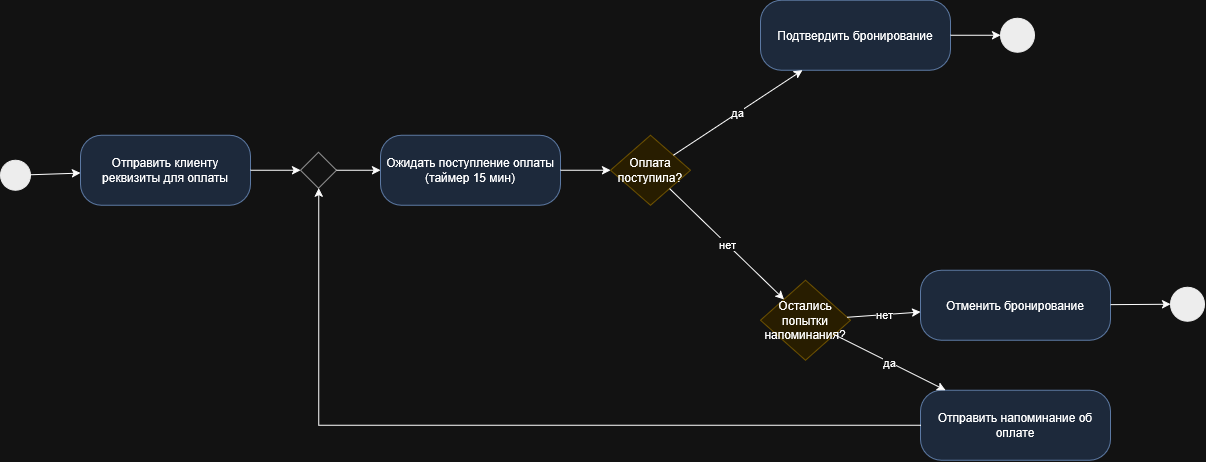
Earlier version of the draw.io export lab1/diagrams/activity.drawio.png (sanflury/visual-programming-labs-Kotok). Source tidied: cells renumbered, new cells last; positions are measured from the earlier drawing's top-left corner, leaving out a move shared by most shapes. The source it was exported from:
```xml
<mxGraphModel>
  <root>
    <mxCell id="0" />
    <mxCell id="1" parent="0" />
    <mxCell id="2" style="ellipse;whiteSpace=wrap;html=1;fillColor=#000000;strokeColor=#000000;" parent="1" vertex="1">
      <mxGeometry y="160" width="30" height="30" as="geometry" />
    </mxCell>
    <mxCell id="3" value="Отправить клиенту реквизиты для оплаты" style="rounded=1;whiteSpace=wrap;html=1;fillColor=#dae8fc;strokeColor=#6c8ebf;arcSize=30;" parent="1" vertex="1">
      <mxGeometry x="80" y="135" width="170" height="70" as="geometry" />
    </mxCell>
    <mxCell id="4" style="rhombus;whiteSpace=wrap;html=1;fillColor=#ffffff;strokeColor=#666666;" parent="1" vertex="1">
      <mxGeometry x="300" y="152" width="36" height="36" as="geometry" />
    </mxCell>
    <mxCell id="5" value="Ожидать поступление оплаты (таймер 15 мин)" style="rounded=1;whiteSpace=wrap;html=1;fillColor=#dae8fc;strokeColor=#6c8ebf;arcSize=30;" parent="1" vertex="1">
      <mxGeometry x="380" y="135" width="180" height="70" as="geometry" />
    </mxCell>
    <mxCell id="6" value="Оплата поступила?" style="rhombus;whiteSpace=wrap;html=1;fillColor=#fff2cc;strokeColor=#d6b656;" parent="1" vertex="1">
      <mxGeometry x="610" y="135" width="80" height="70" as="geometry" />
    </mxCell>
    <mxCell id="7" value="Подтвердить бронирование" style="rounded=1;whiteSpace=wrap;html=1;fillColor=#dae8fc;strokeColor=#6c8ebf;arcSize=30;" parent="1" vertex="1">
      <mxGeometry x="760" width="190" height="70" as="geometry" />
    </mxCell>
    <mxCell id="8" style="ellipse;whiteSpace=wrap;html=1;fillColor=#000000;strokeColor=#000000;" parent="1" vertex="1">
      <mxGeometry x="1000" y="18" width="34" height="34" as="geometry" />
    </mxCell>
    <mxCell id="9" value="Остались попытки напоминания?" style="rhombus;whiteSpace=wrap;html=1;fillColor=#fff2cc;strokeColor=#d6b656;" parent="1" vertex="1">
      <mxGeometry x="760" y="280" width="90" height="80" as="geometry" />
    </mxCell>
    <mxCell id="10" value="Отправить напоминание об оплате" style="rounded=1;whiteSpace=wrap;html=1;fillColor=#dae8fc;strokeColor=#6c8ebf;arcSize=30;" parent="1" vertex="1">
      <mxGeometry x="920" y="390" width="190" height="70" as="geometry" />
    </mxCell>
    <mxCell id="11" value="Отменить бронирование" style="rounded=1;whiteSpace=wrap;html=1;fillColor=#dae8fc;strokeColor=#6c8ebf;arcSize=30;" parent="1" vertex="1">
      <mxGeometry x="920" y="270" width="190" height="70" as="geometry" />
    </mxCell>
    <mxCell id="12" style="ellipse;whiteSpace=wrap;html=1;fillColor=#000000;strokeColor=#000000;" parent="1" vertex="1">
      <mxGeometry x="1170" y="287" width="34" height="34" as="geometry" />
    </mxCell>
    <mxCell id="13" style="html=1;" parent="1" edge="1" source="2" target="3">
      <mxGeometry relative="1" as="geometry" />
    </mxCell>
    <mxCell id="14" style="html=1;" parent="1" edge="1" source="3" target="4">
      <mxGeometry relative="1" as="geometry" />
    </mxCell>
    <mxCell id="15" style="html=1;" parent="1" edge="1" source="4" target="5">
      <mxGeometry relative="1" as="geometry" />
    </mxCell>
    <mxCell id="16" style="html=1;" parent="1" edge="1" source="5" target="6">
      <mxGeometry relative="1" as="geometry" />
    </mxCell>
    <mxCell id="17" value="да" style="html=1;" parent="1" edge="1" source="6" target="7">
      <mxGeometry relative="1" as="geometry" />
    </mxCell>
    <mxCell id="18" style="html=1;" parent="1" edge="1" source="7" target="8">
      <mxGeometry relative="1" as="geometry" />
    </mxCell>
    <mxCell id="19" value="нет" style="html=1;" parent="1" edge="1" source="6" target="9">
      <mxGeometry relative="1" as="geometry" />
    </mxCell>
    <mxCell id="20" value="нет" style="html=1;" parent="1" edge="1" source="9" target="11">
      <mxGeometry relative="1" as="geometry" />
    </mxCell>
    <mxCell id="21" style="html=1;" parent="1" edge="1" source="11" target="12">
      <mxGeometry relative="1" as="geometry" />
    </mxCell>
    <mxCell id="22" value="да" style="html=1;" parent="1" edge="1" source="9" target="10">
      <mxGeometry relative="1" as="geometry" />
    </mxCell>
    <mxCell id="23" style="edgeStyle=orthogonalEdgeStyle;rounded=0;html=1;" parent="1" edge="1" source="10" target="4">
      <mxGeometry relative="1" as="geometry" />
    </mxCell>
  </root>
</mxGraphModel>
```
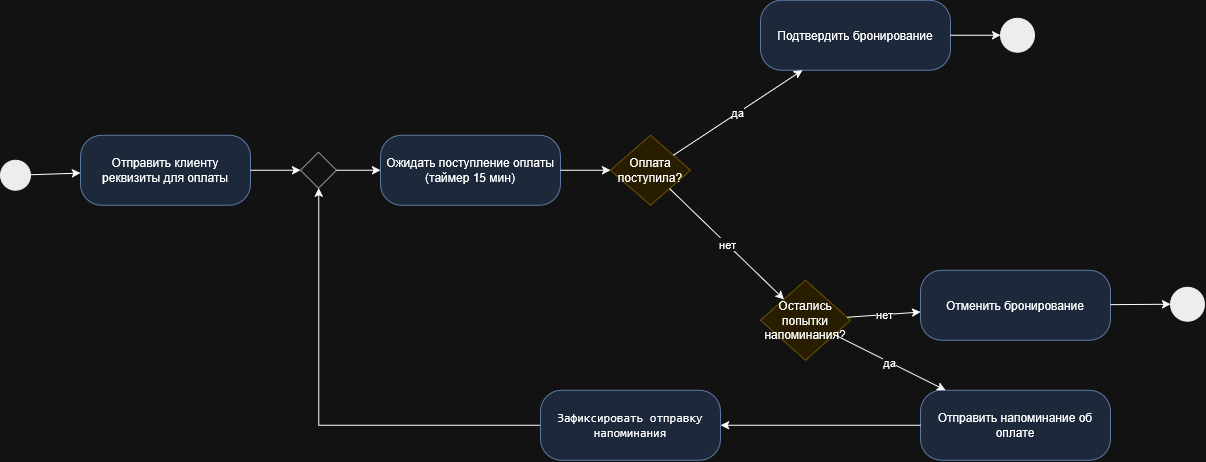
The same file after the commit.

Commit message:
Update UML Activity: add minor element

What changed in the source:
```diff
@@ -65,8 +65,14 @@
     <mxCell id="22" value="да" style="html=1;" parent="1" edge="1" source="9" target="10">
       <mxGeometry relative="1" as="geometry" />
     </mxCell>
-    <mxCell id="23" style="edgeStyle=orthogonalEdgeStyle;rounded=0;html=1;" parent="1" edge="1" source="10" target="4">
+    <mxCell id="23" style="edgeStyle=orthogonalEdgeStyle;rounded=0;html=1;" parent="1" edge="1" source="25" target="4">
       <mxGeometry relative="1" as="geometry" />
     </mxCell>
+    <mxCell id="24" style="edgeStyle=orthogonalEdgeStyle;rounded=0;html=1;" parent="1" edge="1" source="10" target="25">
+      <mxGeometry relative="1" as="geometry" />
+    </mxCell>
+    <mxCell id="25" value="&lt;code&gt;Зафиксировать отправку напоминания&lt;/code&gt;" style="rounded=1;whiteSpace=wrap;html=1;fillColor=#dae8fc;strokeColor=#6c8ebf;arcSize=30;" parent="1" vertex="1">
+      <mxGeometry x="540" y="390" width="180" height="70" as="geometry" />
+    </mxCell>
   </root>
 </mxGraphModel>
```
